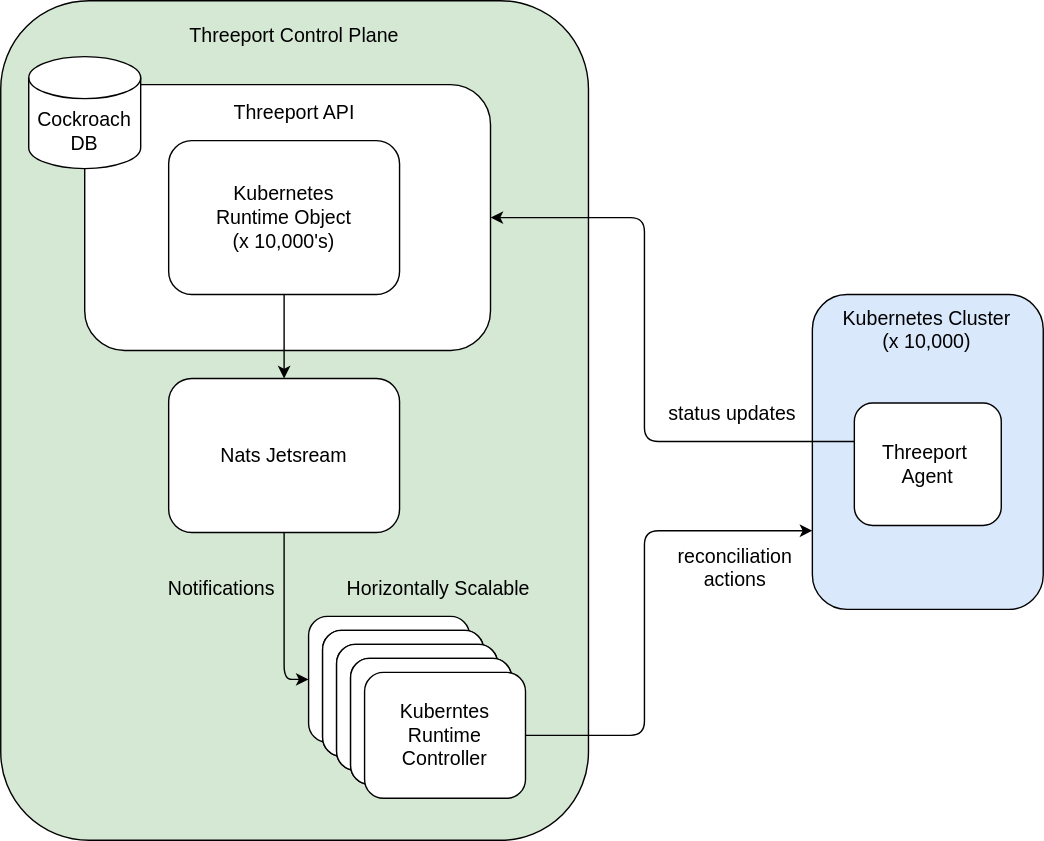
This is docs/docs/img/ThreeportKubernetesFederation.drawio.svg from threeport/threeport, a draw.io export, as it was before one commit. Source tidied: cells renumbered, new cells last; positions are measured from the earlier drawing's top-left corner, leaving out a move shared by most shapes.
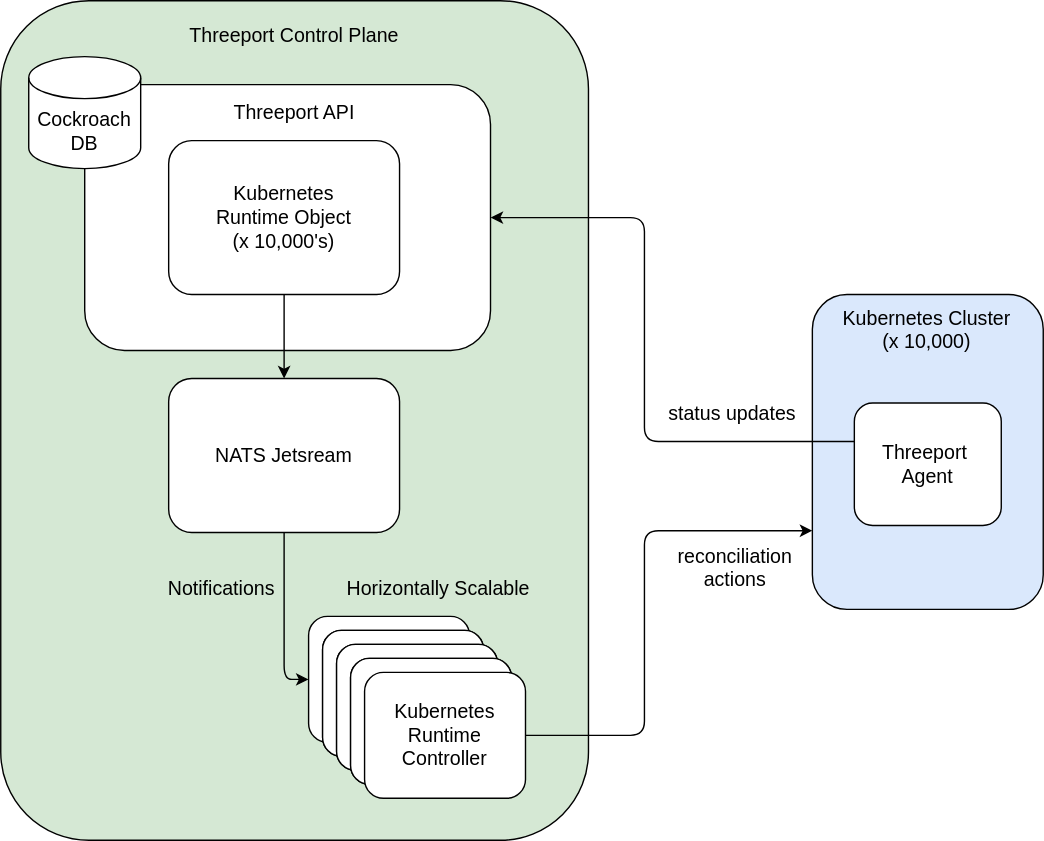
Above is the later version.

Change to the diagram source:
```diff
@@ -11,7 +11,7 @@
     <mxCell id="4" value="&lt;font style=&quot;color: rgb(0, 0, 0);&quot;&gt;Kubernetes&amp;nbsp;&lt;/font&gt;&lt;div&gt;&lt;font style=&quot;color: rgb(0, 0, 0);&quot;&gt;Runtime Object&lt;/font&gt;&lt;/div&gt;&lt;div&gt;&lt;font style=&quot;color: rgb(0, 0, 0);&quot;&gt;(x 10,000's)&lt;/font&gt;&lt;/div&gt;" style="rounded=1;whiteSpace=wrap;html=1;fontSize=14;fontColor=#000000;" parent="1" vertex="1">
       <mxGeometry x="120" y="100" width="165" height="110" as="geometry" />
     </mxCell>
-    <mxCell id="5" value="Nats Jetsream" style="rounded=1;whiteSpace=wrap;html=1;fontSize=14;fontColor=#000000;" parent="1" vertex="1">
+    <mxCell id="5" value="NATS Jetsream" style="rounded=1;whiteSpace=wrap;html=1;fontSize=14;fontColor=#000000;" parent="1" vertex="1">
       <mxGeometry x="120" y="270" width="165" height="110" as="geometry" />
     </mxCell>
     <mxCell id="6" style="rounded=1;whiteSpace=wrap;html=1;fontSize=14;fontColor=#000000;" parent="1" vertex="1">
@@ -81,7 +81,7 @@
         </Array>
       </mxGeometry>
     </mxCell>
-    <mxCell id="25" value="Kuberntes Runtime Controller" style="rounded=1;whiteSpace=wrap;html=1;fontSize=14;fontColor=#000000;" parent="1" vertex="1">
+    <mxCell id="25" value="Kubernetes Runtime Controller" style="rounded=1;whiteSpace=wrap;html=1;fontSize=14;fontColor=#000000;" parent="1" vertex="1">
       <mxGeometry x="260" y="480" width="115" height="90" as="geometry" />
     </mxCell>
     <mxCell id="26" style="endArrow=classic;html=1;exitX=0.5;exitY=1;exitDx=0;exitDy=0;entryX=0;entryY=0.5;entryDx=0;entryDy=0;edgeStyle=orthogonalEdgeStyle;" parent="1" edge="1" source="5" target="6">
```
